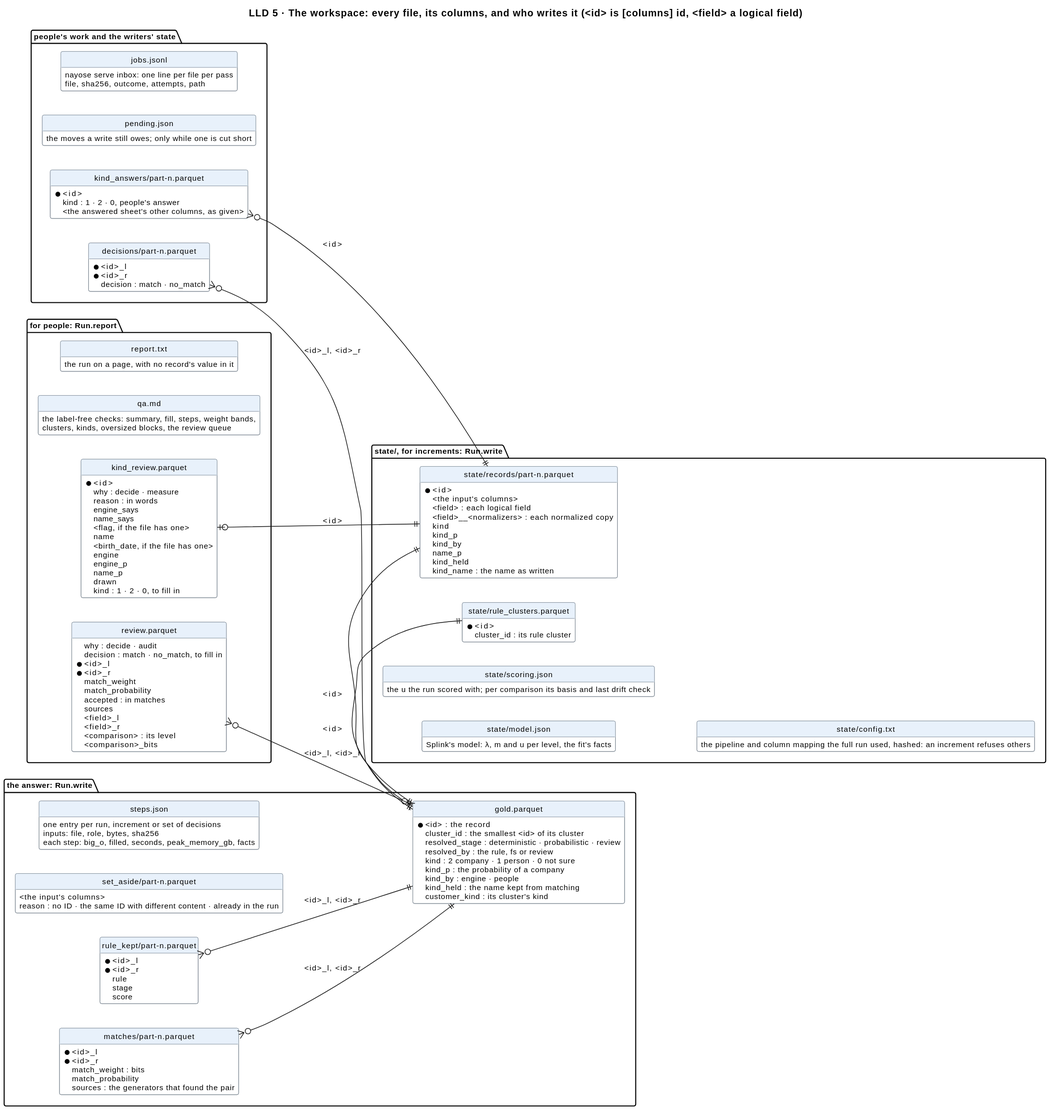
Before: docs/diagrams/data.svg, a diagram exported from PlantUML (mvsbm/entity_matching).
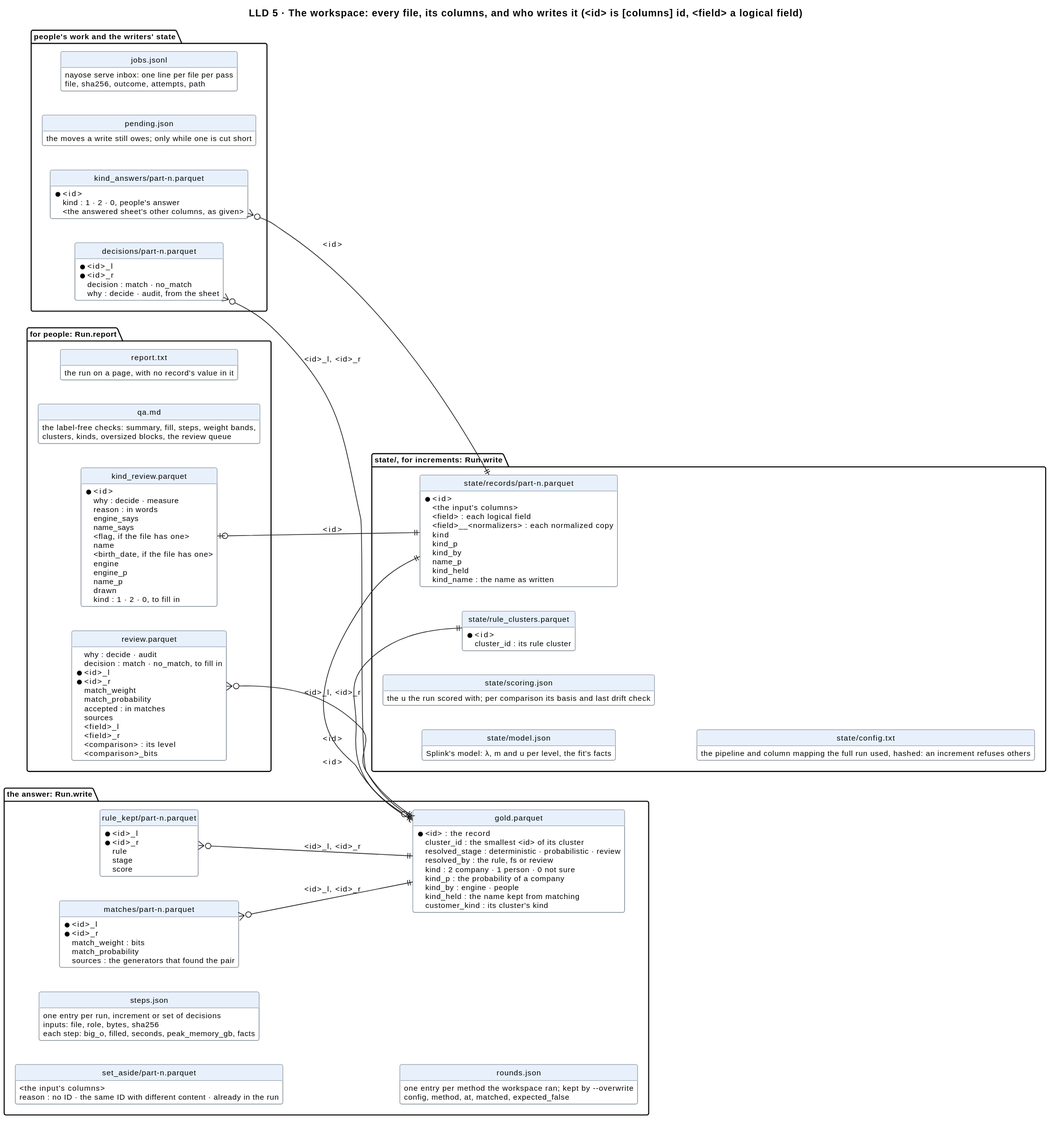
Above is the later version.

Diff of the diagram source:
```diff
@@ -45,6 +45,10 @@
     one entry per run, increment or set of decisions
     inputs: file, role, bytes, sha256
     each step: big_o, filled, seconds, peak_memory_gb, facts
+  }
+  entity "rounds.json" as rounds {
+    one entry per method the workspace ran; kept by --overwrite
+    config, method, at, matched, expected_false
   }
 }
 
@@ -120,6 +124,8 @@
     * <id>_l
     * <id>_r
     decision : match · no_match
+    why : decide · audit, from the sheet
+    round : the round it was decided in (rounds.json)
   }
   entity "kind_answers/part-n.parquet" as kind_answers {
     * <id>
```
